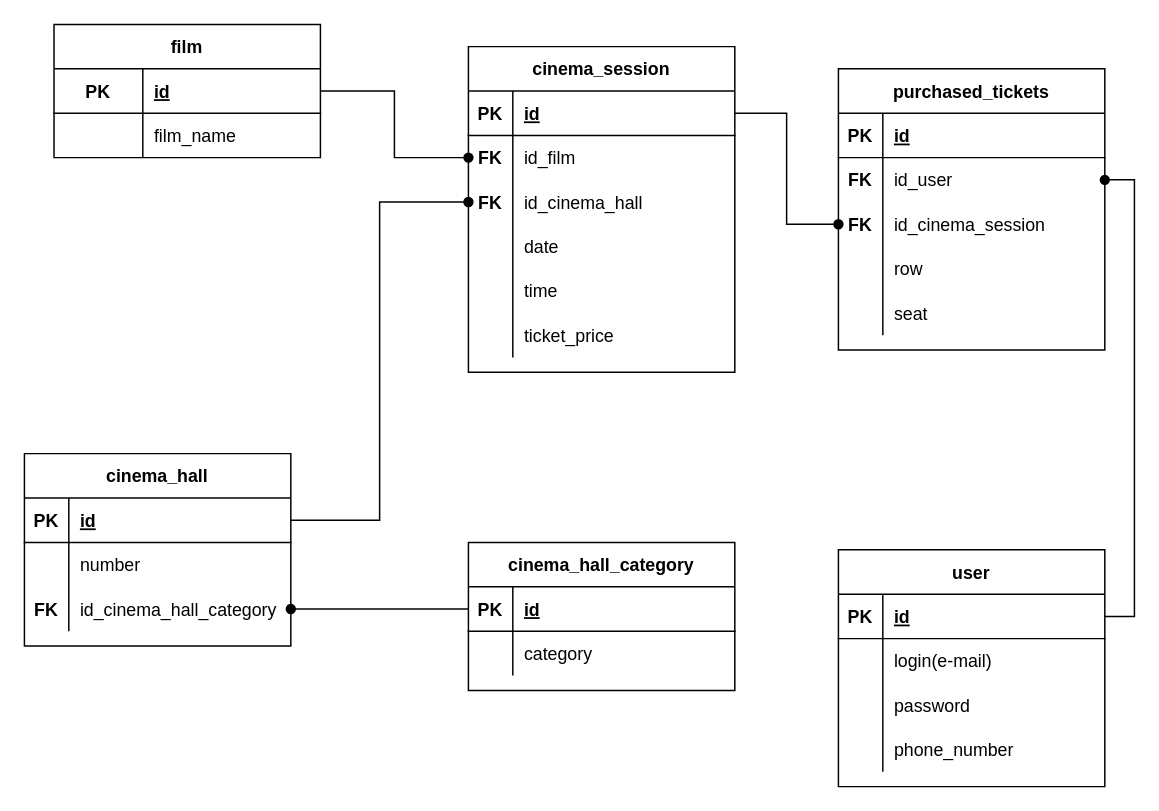
The draw.io diagram Film.drawio in VikaYakunina/lemongatorade, before the edit. Source tidied: cells renumbered, new cells numbered last; positions are measured from the earlier drawing's top-left corner, leaving out a move shared by most shapes. Both pictures are drawn from the tidied source at 148%, with x=0, y=0 at pixel (24, 24).
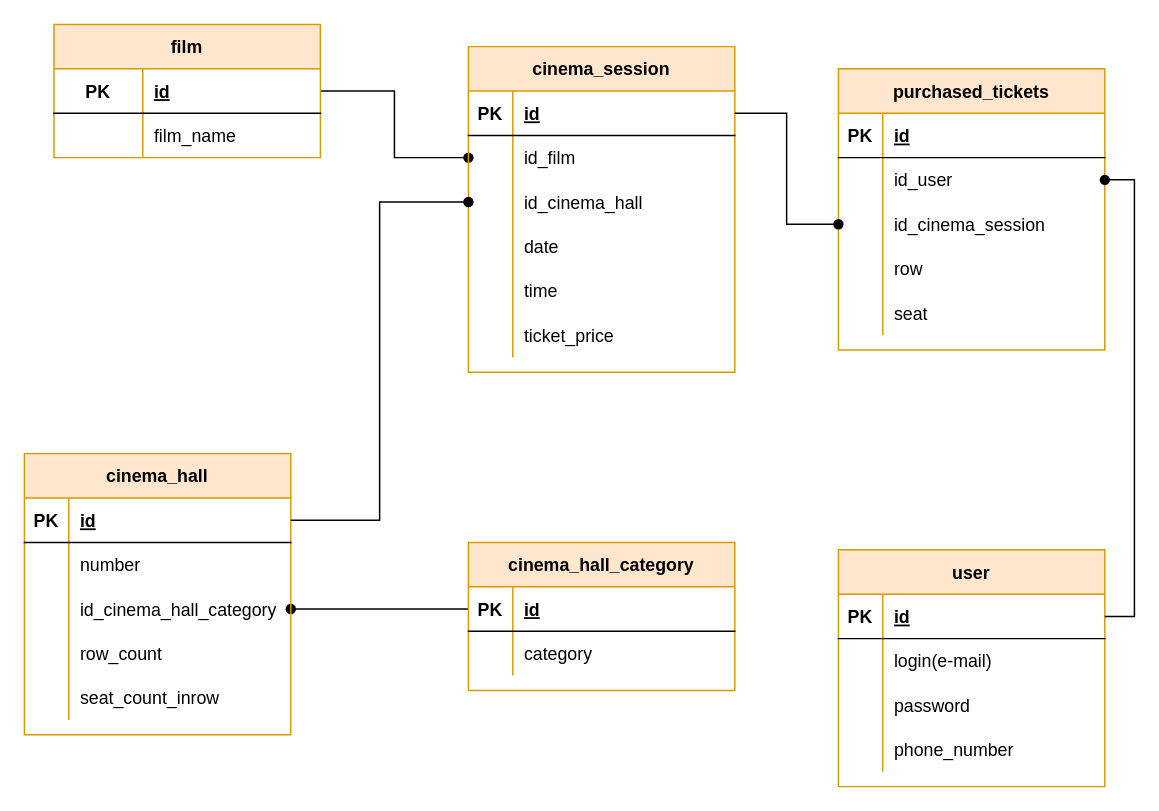
Above is the later version.

Unchanged cells that the change refers to:
```xml
<mxCell id="6" style="shape=partialRectangle;fillColor=none;top=0;left=0;bottom=0;right=0;points=[[0,0.5],[1,0.5]];portConstraint=eastwest;" parent="2" vertex="1">
  <mxGeometry y="60" width="180" height="30" as="geometry" />
</mxCell>
<mxCell id="9" style="shape=partialRectangle;fillColor=none;top=0;left=0;bottom=0;right=0;points=[[0,0.5],[1,0.5]];portConstraint=eastwest;" parent="2" vertex="1">
  <mxGeometry y="90" width="180" height="30" as="geometry" />
</mxCell>
<mxCell id="52" style="shape=partialRectangle;fillColor=none;top=0;left=0;bottom=0;right=0;points=[[0,0.5],[1,0.5]];portConstraint=eastwest;" parent="48" vertex="1">
  <mxGeometry y="60" width="180" height="30" as="geometry" />
</mxCell>
<mxCell id="55" style="shape=partialRectangle;fillColor=none;top=0;left=0;bottom=0;right=0;points=[[0,0.5],[1,0.5]];portConstraint=eastwest;" parent="48" vertex="1">
  <mxGeometry y="90" width="180" height="30" as="geometry" />
</mxCell>
<mxCell id="74" style="shape=partialRectangle;fillColor=none;top=0;left=0;bottom=0;right=0;points=[[0,0.5],[1,0.5]];portConstraint=eastwest;" parent="67" vertex="1">
  <mxGeometry y="90" width="180" height="30" as="geometry" />
</mxCell>
```

The edit, as a diff of the source:
```diff
@@
-    <mxCell id="2" value="purchased_tickets" style="shape=table;startSize=30;childLayout=tableLayout;rowLines=0;fontStyle=1;align=center;" parent="1" vertex="1">
+    <mxCell id="2" value="purchased_tickets" style="shape=table;startSize=30;childLayout=tableLayout;rowLines=0;fontStyle=1;align=center;fillColor=#ffe6cc;strokeColor=#d79b00;" parent="1" vertex="1">
       <mxGeometry x="550" y="30" width="180" height="190" as="geometry" />
     </mxCell>
@@
-    <mxCell id="7" value="FK" style="shape=partialRectangle;fillColor=none;top=0;left=0;bottom=0;right=0;overflow=hidden;fontStyle=1;" parent="6" vertex="1">
+    <mxCell id="7" style="shape=partialRectangle;fillColor=none;top=0;left=0;bottom=0;right=0;overflow=hidden;fontStyle=1;" parent="6" vertex="1">
       <mxGeometry width="30" height="30" as="geometry" />
     </mxCell>
@@
-    <mxCell id="10" value="FK" style="shape=partialRectangle;fillColor=none;top=0;left=0;bottom=0;right=0;overflow=hidden;fontStyle=1;" parent="9" vertex="1">
+    <mxCell id="10" style="shape=partialRectangle;fillColor=none;top=0;left=0;bottom=0;right=0;overflow=hidden;fontStyle=1;" parent="9" vertex="1">
       <mxGeometry width="30" height="30" as="geometry" />
     </mxCell>
@@
-    <mxCell id="18" value="user" style="shape=table;startSize=30;childLayout=tableLayout;rowLines=0;fontStyle=1;align=center;" parent="1" vertex="1">
+    <mxCell id="18" value="user" style="shape=table;startSize=30;childLayout=tableLayout;rowLines=0;fontStyle=1;align=center;fillColor=#ffe6cc;strokeColor=#d79b00;" parent="1" vertex="1">
       <mxGeometry x="550" y="355" width="180" height="160" as="geometry" />
     </mxCell>
@@
-    <mxCell id="33" value="cinema_hall_category" style="shape=table;startSize=30;childLayout=tableLayout;rowLines=0;fontStyle=1;align=center;" parent="1" vertex="1">
+    <mxCell id="33" value="cinema_hall_category" style="shape=table;startSize=30;childLayout=tableLayout;rowLines=0;fontStyle=1;align=center;fillColor=#ffe6cc;strokeColor=#d79b00;" parent="1" vertex="1">
       <mxGeometry x="300" y="350" width="180" height="100" as="geometry" />
     </mxCell>
@@
-    <mxCell id="41" value="film" style="shape=table;startSize=30;childLayout=tableLayout;rowLines=0;fontStyle=1;align=center;" parent="1" vertex="1">
+    <mxCell id="41" value="film" style="shape=table;startSize=30;childLayout=tableLayout;rowLines=0;fontStyle=1;align=center;fillColor=#ffe6cc;strokeColor=#d79b00;" parent="1" vertex="1">
       <mxGeometry x="20" width="180" height="90" as="geometry" />
     </mxCell>
@@
-    <mxCell id="48" value="cinema_session" style="shape=table;startSize=30;childLayout=tableLayout;rowLines=0;fontStyle=1;align=center;" parent="1" vertex="1">
+    <mxCell id="48" value="cinema_session" style="shape=table;startSize=30;childLayout=tableLayout;rowLines=0;fontStyle=1;align=center;fillColor=#ffe6cc;strokeColor=#d79b00;" parent="1" vertex="1">
       <mxGeometry x="300" y="15" width="180" height="220" as="geometry" />
     </mxCell>
@@
-    <mxCell id="53" value="FK" style="shape=partialRectangle;fillColor=none;top=0;left=0;bottom=0;right=0;overflow=hidden;fontStyle=1;" parent="52" vertex="1">
+    <mxCell id="53" style="shape=partialRectangle;fillColor=none;top=0;left=0;bottom=0;right=0;overflow=hidden;fontStyle=1;" parent="52" vertex="1">
       <mxGeometry width="30" height="30" as="geometry" />
     </mxCell>
@@
-    <mxCell id="56" value="FK" style="shape=partialRectangle;fillColor=none;top=0;left=0;bottom=0;right=0;overflow=hidden;fontStyle=1;" parent="55" vertex="1">
+    <mxCell id="56" style="shape=partialRectangle;fillColor=none;top=0;left=0;bottom=0;right=0;overflow=hidden;fontStyle=1;" parent="55" vertex="1">
       <mxGeometry width="30" height="30" as="geometry" />
     </mxCell>
@@
-    <mxCell id="67" value="cinema_hall" style="shape=table;startSize=30;childLayout=tableLayout;rowLines=0;fontStyle=1;align=center;" parent="1" vertex="1">
-      <mxGeometry y="290" width="180" height="130" as="geometry" />
+    <mxCell id="67" value="cinema_hall" style="shape=table;startSize=30;childLayout=tableLayout;rowLines=0;fontStyle=1;align=center;fillColor=#ffe6cc;strokeColor=#d79b00;" parent="1" vertex="1">
+      <mxGeometry y="290" width="180" height="190" as="geometry" />
     </mxCell>
@@
-    <mxCell id="75" value="FK" style="shape=partialRectangle;fillColor=none;top=0;left=0;bottom=0;right=0;overflow=hidden;fontStyle=1;" parent="74" vertex="1">
+    <mxCell id="75" style="shape=partialRectangle;fillColor=none;top=0;left=0;bottom=0;right=0;overflow=hidden;fontStyle=1;" parent="74" vertex="1">
       <mxGeometry width="30" height="30" as="geometry" />
     </mxCell>
@@
+    <mxCell id="79" style="shape=partialRectangle;fillColor=none;top=0;left=0;bottom=0;right=0;" parent="67" vertex="1">
+      <mxGeometry y="120" width="180" height="30" as="geometry" />
+    </mxCell>
+    <mxCell id="80" style="shape=partialRectangle;fillColor=none;top=0;left=0;bottom=0;right=0;overflow=hidden;fontStyle=1;" parent="79" vertex="1">
+      <mxGeometry width="30" height="30" as="geometry" />
+    </mxCell>
+    <mxCell id="81" value="row_count" style="shape=partialRectangle;fillColor=none;top=0;left=0;bottom=0;right=0;align=left;spacingLeft=6;overflow=hidden;" parent="79" vertex="1">
+      <mxGeometry x="30" width="150" height="30" as="geometry" />
+    </mxCell>
+    <mxCell id="82" style="shape=partialRectangle;fillColor=none;top=0;left=0;bottom=0;right=0;" parent="67" vertex="1">
+      <mxGeometry y="150" width="180" height="30" as="geometry" />
+    </mxCell>
+    <mxCell id="83" style="shape=partialRectangle;fillColor=none;top=0;left=0;bottom=0;right=0;overflow=hidden;fontStyle=1;" parent="82" vertex="1">
+      <mxGeometry width="30" height="30" as="geometry" />
+    </mxCell>
+    <mxCell id="84" value="seat_count_inrow" style="shape=partialRectangle;fillColor=none;top=0;left=0;bottom=0;right=0;align=left;spacingLeft=6;overflow=hidden;" parent="82" vertex="1">
+      <mxGeometry x="30" width="150" height="30" as="geometry" />
+    </mxCell>
```
